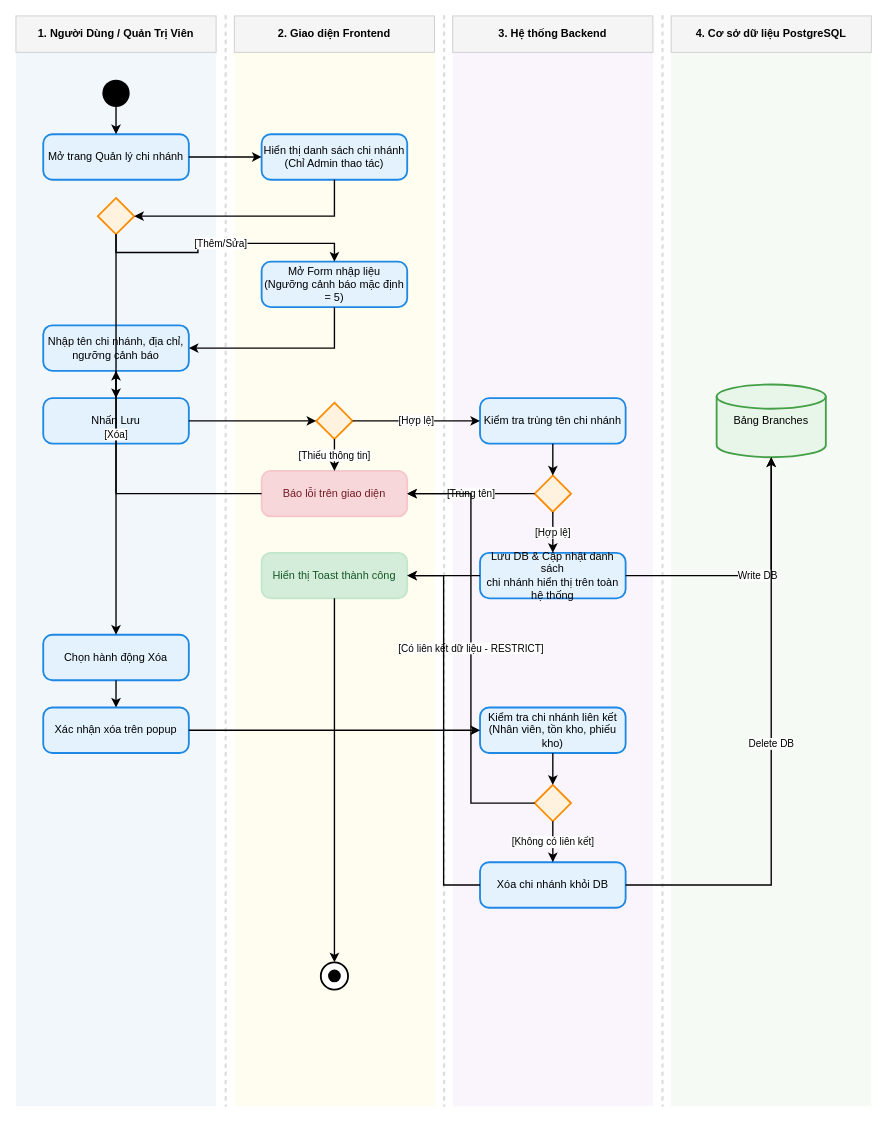
Before: diagrams/chuc_nang_quan_ly_chi_nhanh.drawio in Nghiatv2006/KhoHang, a draw.io diagram. Source tidied: cells renumbered, new cells numbered last; positions are measured from the earlier drawing's top-left corner, leaving out a move shared by most shapes. Both pictures are drawn from the tidied source at 91%, with x=0, y=0 at pixel (15, 15).
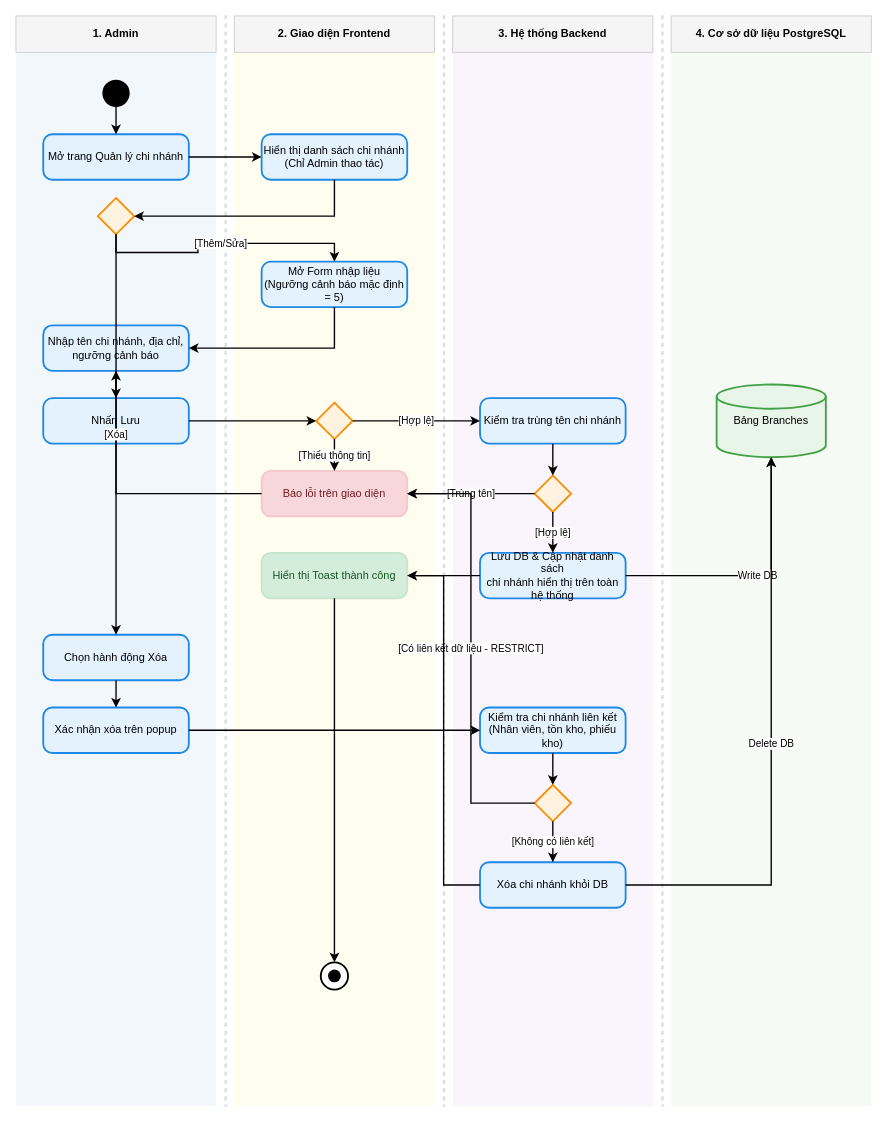
Above is the later version.

Diff of the diagram source:
```diff
@@
-    <mxCell id="6" value="1. Người Dùng / Quản Trị Viên" style="fillColor=#f5f5f5;strokeColor=#cccccc;fontStyle=1;align=center;whiteSpace=wrap;html=1;" parent="1" vertex="1">
+    <mxCell id="6" value="1. Admin" style="fillColor=#f5f5f5;strokeColor=#cccccc;fontStyle=1;align=center;whiteSpace=wrap;html=1;" parent="1" vertex="1">
       <mxGeometry width="220" height="40" as="geometry" />
     </mxCell>
```
